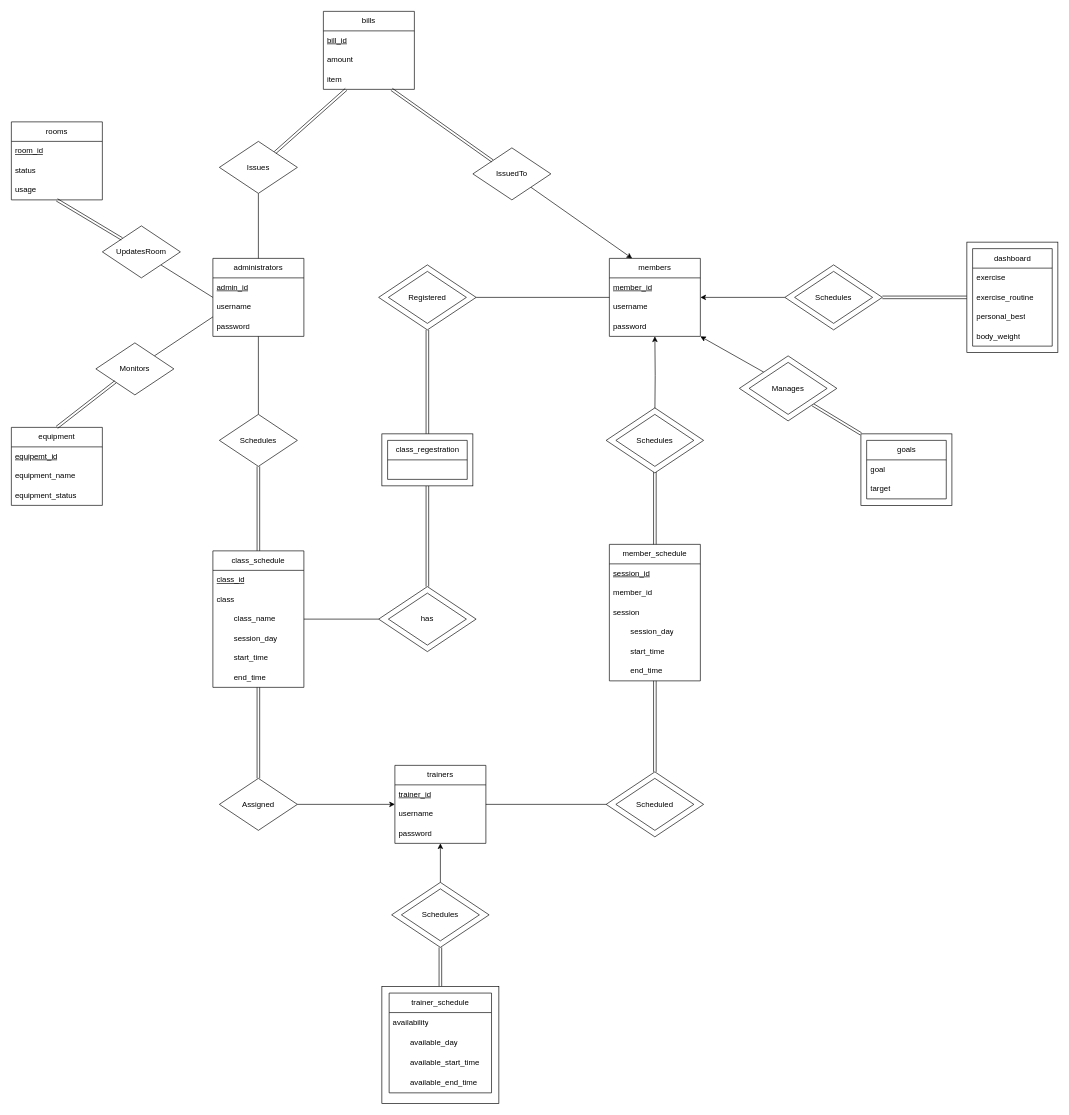
The draw.io diagram ER Model.drawio in Yasir-Sh/FitnessApp, before the edit. Source tidied: cells renumbered, new cells numbered last; positions are measured from the earlier drawing's top-left corner, leaving out a move shared by most shapes. Both pictures are drawn from the tidied source at 65%, with x=0, y=0 at pixel (11, 11).
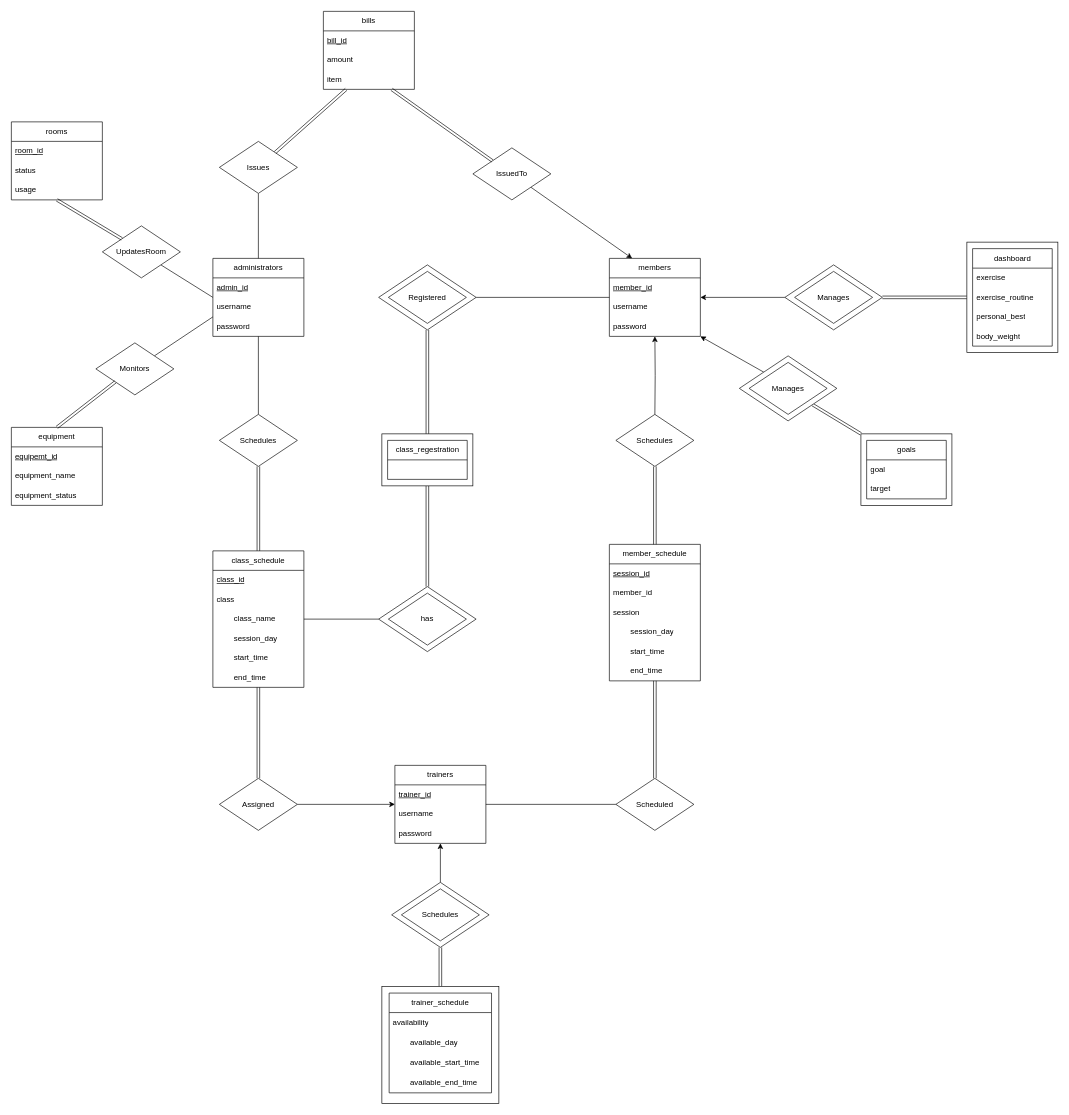
The same page after the edit.

The change refers to these unchanged cells:
```xml
<mxCell id="6" value="trainers" style="swimlane;fontStyle=0;horizontal=1;startSize=30;whiteSpace=wrap;html=1;" parent="1" vertex="1">
  <mxGeometry x="590" y="1160" width="140" height="120" as="geometry" />
</mxCell>
<mxCell id="15" value="member_schedule" style="swimlane;fontStyle=0;horizontal=1;startSize=30;whiteSpace=wrap;html=1;" parent="1" vertex="1">
  <mxGeometry x="920" y="820" width="140" height="210" as="geometry" />
</mxCell>
<mxCell id="67" style="group;" parent="1" vertex="1">
  <mxGeometry x="1190" y="390" width="150" height="100" as="geometry" />
</mxCell>
```

Change to the diagram source:
```diff
@@
-    <mxCell id="61" style="group;" parent="1" vertex="1">
-      <mxGeometry x="915" y="610" width="150" height="100" as="geometry" />
-    </mxCell>
-    <mxCell id="62" style="rhombus;whiteSpace=wrap;html=1;" parent="61" vertex="1">
-      <mxGeometry width="150" height="100" as="geometry" />
-    </mxCell>
-    <mxCell id="63" value="Schedules" style="rhombus;whiteSpace=wrap;html=1;" parent="61" vertex="1">
-      <mxGeometry x="15" y="10" width="120" height="80" as="geometry" />
-    </mxCell>
@@
-    <mxCell id="69" value="Schedules" style="rhombus;whiteSpace=wrap;html=1;" parent="67" vertex="1">
+    <mxCell id="69" value="Manages" style="rhombus;whiteSpace=wrap;html=1;" parent="67" vertex="1">
       <mxGeometry x="15" y="10" width="120" height="80" as="geometry" />
     </mxCell>
@@
-    <mxCell id="83" style="group;" parent="1" vertex="1">
-      <mxGeometry x="915" y="1170" width="150" height="100" as="geometry" />
-    </mxCell>
-    <mxCell id="84" style="rhombus;whiteSpace=wrap;html=1;" parent="83" vertex="1">
-      <mxGeometry width="150" height="100" as="geometry" />
-    </mxCell>
-    <mxCell id="85" value="Scheduled" style="rhombus;whiteSpace=wrap;html=1;" parent="83" vertex="1">
-      <mxGeometry x="15" y="10" width="120" height="80" as="geometry" />
-    </mxCell>
-    <mxCell id="86" style="rounded=0;jettySize=auto;html=1;entryX=1;entryY=0.5;entryDx=0;entryDy=0;exitX=0;exitY=0.5;exitDx=0;exitDy=0;endArrow=none;endFill=0;" parent="1" edge="1" source="84" target="6">
+    <mxCell id="86" style="rounded=0;jettySize=auto;html=1;entryX=1;entryY=0.5;entryDx=0;entryDy=0;exitX=0;exitY=0.5;exitDx=0;exitDy=0;endArrow=none;endFill=0;" parent="1" edge="1" source="85" target="6">
       <mxGeometry relative="1" as="geometry" />
     </mxCell>
-    <mxCell id="87" style="shape=link;html=1;rounded=0;entryX=0.5;entryY=0;entryDx=0;entryDy=0;exitX=0.5;exitY=1;exitDx=0;exitDy=0;" parent="1" edge="1" source="15" target="84">
+    <mxCell id="87" style="shape=link;html=1;rounded=0;entryX=0.5;entryY=0;entryDx=0;entryDy=0;exitX=0.5;exitY=1;exitDx=0;exitDy=0;" parent="1" edge="1" source="15" target="85">
       <mxGeometry relative="1" as="geometry" />
     </mxCell>
@@
+    <mxCell id="63" value="Schedules" style="rhombus;whiteSpace=wrap;html=1;" parent="1" vertex="1">
+      <mxGeometry x="930" y="620" width="120" height="80" as="geometry" />
+    </mxCell>
+    <mxCell id="85" value="Scheduled" style="rhombus;whiteSpace=wrap;html=1;" parent="1" vertex="1">
+      <mxGeometry x="930" y="1180" width="120" height="80" as="geometry" />
+    </mxCell>
```
